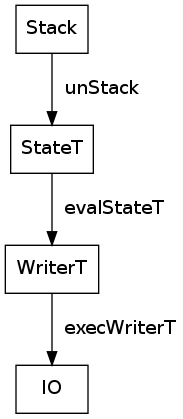
This is img/stack.png from sdiehl/write-you-a-haskell, a Graphviz export, as it was before one commit. Its source is kept beside it as img/stack.dot.
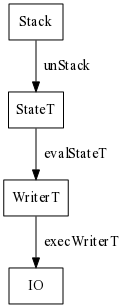
After the change.

What changed in the source:
```diff
@@ -1,4 +1,5 @@
 digraph G {
+  graph [ dpi = 72 ];
   rankdir=TB
   node [shape=box]
   WriterT -> IO      [label = "  execWriterT"]
```
